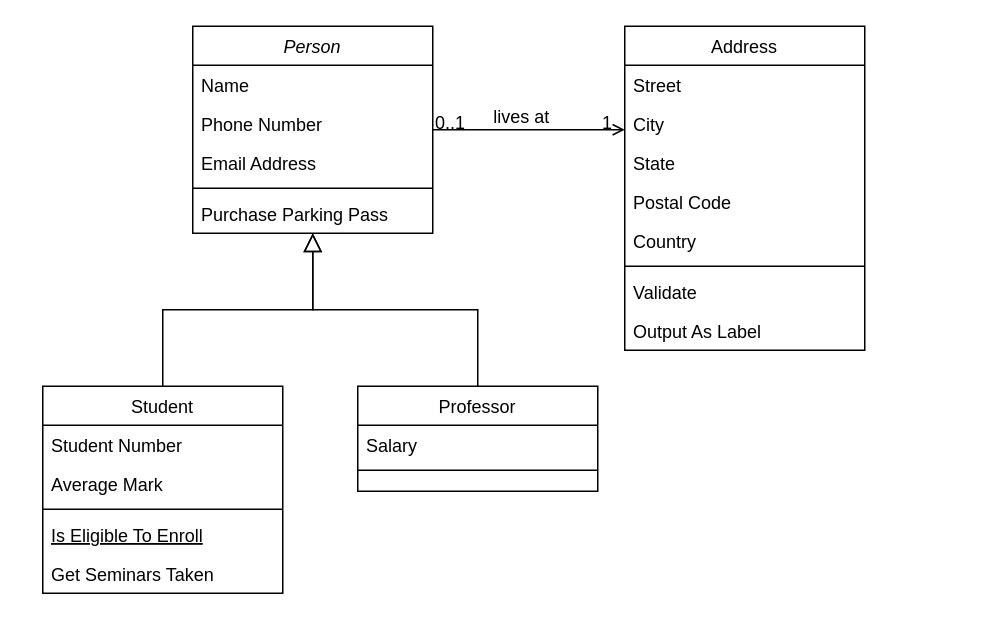
jrsa45/coro-instrumental keeps this draw.io diagram as CoroInstrumental.drawio. Above is the earlier version. Source tidied: cells renumbered, new cells numbered last; positions are measured from the earlier drawing's top-left corner, leaving out a move shared by most shapes. Both pictures are drawn from the tidied source at 150%, with x=0, y=0 at pixel (42, 26).
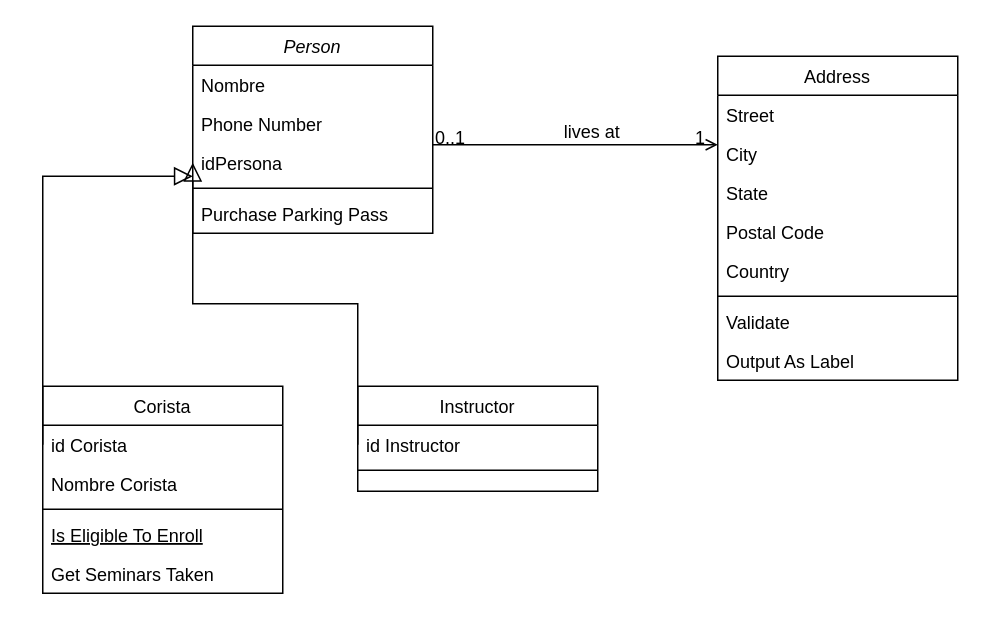
The same diagram, later.

The change refers to these unchanged cells:
```xml
<mxCell id="2" value="Person" style="swimlane;fontStyle=2;align=center;verticalAlign=top;horizontal=1;startSize=26;rounded=0;shadow=0;strokeWidth=1;" parent="1" vertex="1">
  <mxGeometry x="100" width="160" height="138" as="geometry" />
</mxCell>
```

Diff of the diagram source:
```diff
@@
-    <mxCell id="3" value="Name" style="text;align=left;verticalAlign=top;spacingLeft=4;spacingRight=4;overflow=hidden;" parent="2" vertex="1">
+    <mxCell id="3" value="Nombre" style="text;align=left;verticalAlign=top;spacingLeft=4;spacingRight=4;overflow=hidden;" parent="2" vertex="1">
       <mxGeometry y="26" width="160" height="26" as="geometry" />
     </mxCell>
@@
-    <mxCell id="5" value="Email Address" style="text;align=left;verticalAlign=top;spacingLeft=4;spacingRight=4;overflow=hidden;points=[[0,0.5],[1,0.5]];portConstraint=eastwest;rounded=0;shadow=0;html=0;" parent="2" vertex="1">
+    <mxCell id="5" value="idPersona" style="text;align=left;verticalAlign=top;spacingLeft=4;spacingRight=4;overflow=hidden;points=[[0,0.5],[1,0.5]];portConstraint=eastwest;rounded=0;shadow=0;html=0;" parent="2" vertex="1">
       <mxGeometry y="78" width="160" height="26" as="geometry" />
     </mxCell>
@@
-    <mxCell id="8" value="Student" style="swimlane;fontStyle=0;align=center;verticalAlign=top;horizontal=1;startSize=26;rounded=0;shadow=0;strokeWidth=1;" parent="1" vertex="1">
+    <mxCell id="8" value="Corista" style="swimlane;fontStyle=0;align=center;verticalAlign=top;horizontal=1;startSize=26;rounded=0;shadow=0;strokeWidth=1;" parent="1" vertex="1">
       <mxGeometry y="240" width="160" height="138" as="geometry" />
     </mxCell>
-    <mxCell id="9" value="Student Number" style="text;align=left;verticalAlign=top;spacingLeft=4;spacingRight=4;overflow=hidden;points=[[0,0.5],[1,0.5]];portConstraint=eastwest;" parent="8" vertex="1">
+    <mxCell id="9" value="id Corista" style="text;align=left;verticalAlign=top;spacingLeft=4;spacingRight=4;overflow=hidden;points=[[0,0.5],[1,0.5]];portConstraint=eastwest;" parent="8" vertex="1">
       <mxGeometry y="26" width="160" height="26" as="geometry" />
     </mxCell>
-    <mxCell id="10" value="Average Mark" style="text;align=left;verticalAlign=top;spacingLeft=4;spacingRight=4;overflow=hidden;rounded=0;shadow=0;html=0;" parent="8" vertex="1">
+    <mxCell id="10" value="Nombre Corista" style="text;align=left;verticalAlign=top;spacingLeft=4;spacingRight=4;overflow=hidden;rounded=0;shadow=0;html=0;" parent="8" vertex="1">
       <mxGeometry y="52" width="160" height="26" as="geometry" />
     </mxCell>
@@
-    <mxCell id="14" style="endArrow=block;endSize=10;endFill=0;shadow=0;strokeWidth=1;rounded=0;curved=0;edgeStyle=elbowEdgeStyle;elbow=vertical;" parent="1" edge="1" source="8" target="2">
-      <mxGeometry relative="1" as="geometry" />
+    <mxCell id="14" style="endArrow=block;endSize=10;endFill=0;shadow=0;strokeWidth=1;rounded=0;curved=0;edgeStyle=elbowEdgeStyle;elbow=vertical;exitX=0;exitY=0.5;exitDx=0;exitDy=0;" parent="1" edge="1" source="9" target="5">
+      <mxGeometry relative="1" as="geometry">
+        <Array as="points">
+          <mxPoint y="100" />
+        </Array>
+      </mxGeometry>
     </mxCell>
-    <mxCell id="15" value="Professor" style="swimlane;fontStyle=0;align=center;verticalAlign=top;horizontal=1;startSize=26;rounded=0;shadow=0;strokeWidth=1;" parent="1" vertex="1">
+    <mxCell id="15" value="Instructor" style="swimlane;fontStyle=0;align=center;verticalAlign=top;horizontal=1;startSize=26;rounded=0;shadow=0;strokeWidth=1;" parent="1" vertex="1">
       <mxGeometry x="210" y="240" width="160" height="70" as="geometry" />
     </mxCell>
-    <mxCell id="16" value="Salary" style="text;align=left;verticalAlign=top;spacingLeft=4;spacingRight=4;overflow=hidden;points=[[0,0.5],[1,0.5]];portConstraint=eastwest;" parent="15" vertex="1">
+    <mxCell id="16" value="id Instructor" style="text;align=left;verticalAlign=top;spacingLeft=4;spacingRight=4;overflow=hidden;points=[[0,0.5],[1,0.5]];portConstraint=eastwest;" parent="15" vertex="1">
       <mxGeometry y="26" width="160" height="26" as="geometry" />
     </mxCell>
@@
-    <mxCell id="18" style="endArrow=block;endSize=10;endFill=0;shadow=0;strokeWidth=1;rounded=0;curved=0;edgeStyle=elbowEdgeStyle;elbow=vertical;" parent="1" edge="1" source="15" target="2">
+    <mxCell id="18" style="endArrow=block;endSize=10;endFill=0;shadow=0;strokeWidth=1;rounded=0;curved=0;edgeStyle=elbowEdgeStyle;elbow=vertical;entryX=0;entryY=0.5;entryDx=0;entryDy=0;exitX=0;exitY=0.5;exitDx=0;exitDy=0;" parent="1" edge="1" source="16" target="5">
       <mxGeometry relative="1" as="geometry" />
     </mxCell>
     <mxCell id="19" value="Address" style="swimlane;fontStyle=0;align=center;verticalAlign=top;horizontal=1;startSize=26;rounded=0;shadow=0;strokeWidth=1;" parent="1" vertex="1">
-      <mxGeometry x="388" width="160" height="216" as="geometry" />
+      <mxGeometry x="450" y="20" width="160" height="216" as="geometry" />
     </mxCell>
```
